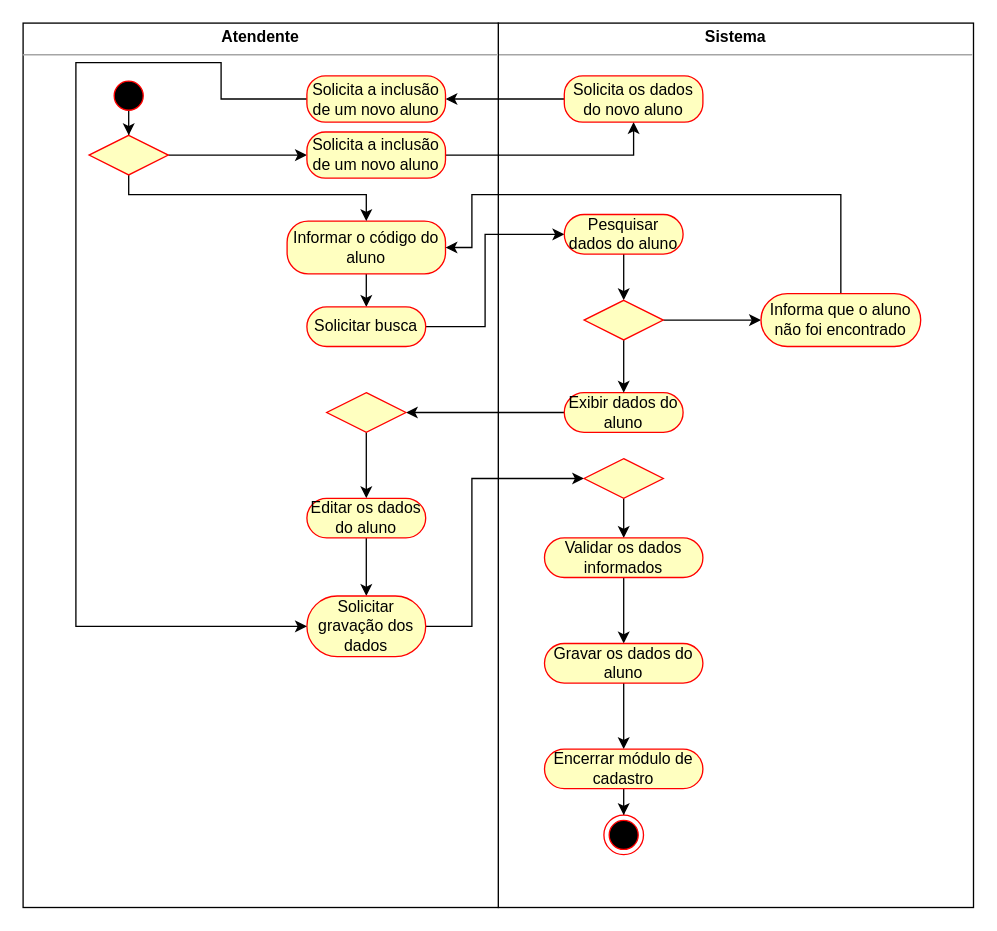
bruniculos08/AMS0001 keeps this draw.io diagram as Exercício 03 - Diagrama de Atividade.drawio. Above is the earlier version. Source tidied: cells renumbered, new cells numbered last; positions are measured from the earlier drawing's top-left corner, leaving out a move shared by most shapes. Both pictures are drawn from the tidied source at 132%, with x=0, y=0 at pixel (22, 22).
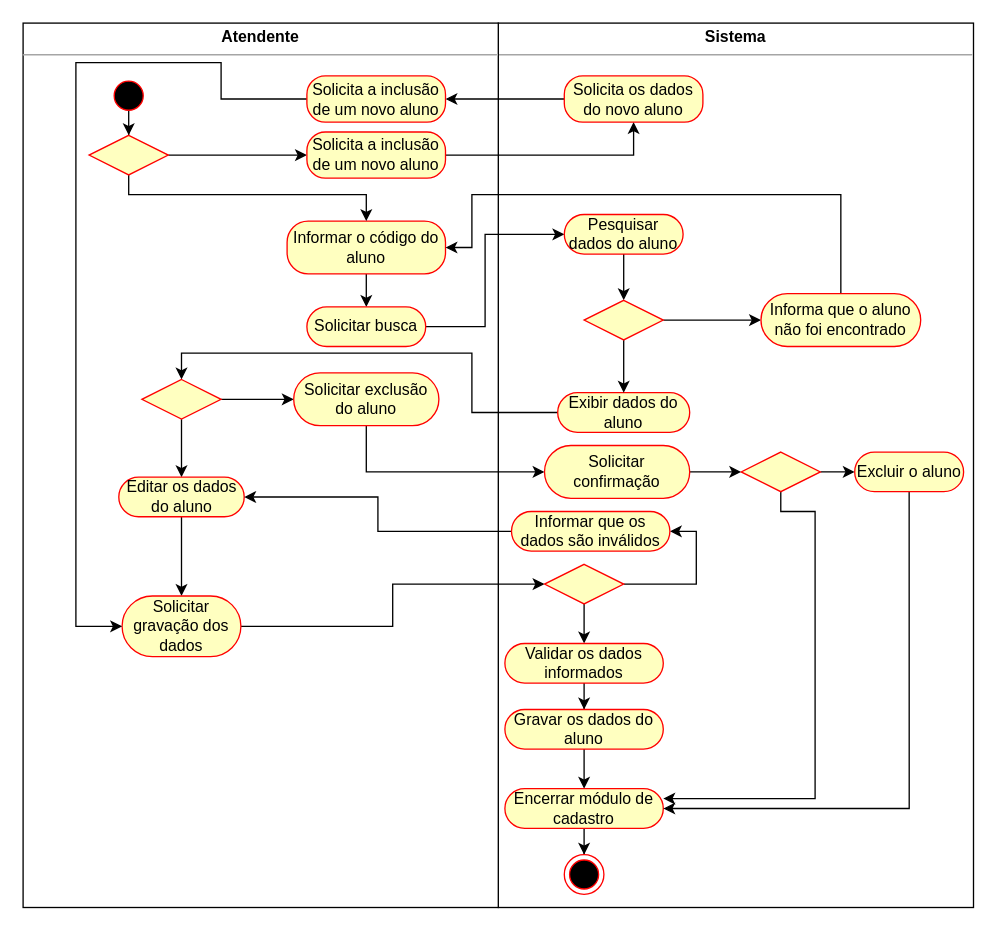
The same page after the edit.

Change to the diagram source:
```diff
@@
-    <mxCell id="12" style="edgeStyle=orthogonalEdgeStyle;rounded=0;jettySize=auto;html=1;exitX=0;exitY=0.5;exitDx=0;exitDy=0;entryX=1;entryY=0.5;entryDx=0;entryDy=0;" parent="1" edge="1" source="13" target="18">
-      <mxGeometry relative="1" as="geometry" />
+    <mxCell id="12" style="edgeStyle=orthogonalEdgeStyle;rounded=0;jettySize=auto;html=1;exitX=0;exitY=0.5;exitDx=0;exitDy=0;entryX=0.5;entryY=0;entryDx=0;entryDy=0;" parent="1" edge="1" source="13" target="18">
+      <mxGeometry relative="1" as="geometry">
+        <Array as="points">
+          <mxPoint x="340" y="295" />
+          <mxPoint x="340" y="250" />
+          <mxPoint x="120" y="250" />
+        </Array>
+      </mxGeometry>
     </mxCell>
     <mxCell id="13" value="Exibir dados do aluno" style="rounded=1;whiteSpace=wrap;html=1;arcSize=50;fontColor=#000000;fillColor=#ffffc0;strokeColor=#ff0000;" parent="1" vertex="1">
-      <mxGeometry x="410" y="280" width="90" height="30" as="geometry" />
+      <mxGeometry x="405" y="280" width="100" height="30" as="geometry" />
     </mxCell>
@@
+    <mxCell id="43" style="edgeStyle=orthogonalEdgeStyle;rounded=0;jettySize=auto;html=1;exitX=1;exitY=0.5;exitDx=0;exitDy=0;entryX=0;entryY=0.5;entryDx=0;entryDy=0;" parent="1" edge="1" source="18" target="46">
+      <mxGeometry relative="1" as="geometry" />
+    </mxCell>
     <mxCell id="18" style="rhombus;whiteSpace=wrap;html=1;fillColor=#ffffc0;strokeColor=#ff0000;" parent="1" vertex="1">
-      <mxGeometry x="230" y="280" width="60" height="30" as="geometry" />
+      <mxGeometry x="90" y="270" width="60" height="30" as="geometry" />
     </mxCell>
@@
     <mxCell id="20" value="Editar os dados do aluno" style="rounded=1;whiteSpace=wrap;html=1;arcSize=50;fontColor=#000000;fillColor=#ffffc0;strokeColor=#ff0000;" parent="1" vertex="1">
-      <mxGeometry x="215" y="360" width="90" height="30" as="geometry" />
+      <mxGeometry x="72.5" y="344" width="95" height="30" as="geometry" />
     </mxCell>
     <mxCell id="21" style="edgeStyle=orthogonalEdgeStyle;rounded=0;jettySize=auto;html=1;exitX=1;exitY=0.5;exitDx=0;exitDy=0;entryX=0;entryY=0.5;entryDx=0;entryDy=0;" parent="1" edge="1" source="22" target="24">
-      <mxGeometry relative="1" as="geometry">
-        <Array as="points">
-          <mxPoint x="340" y="457" />
-          <mxPoint x="340" y="345" />
-        </Array>
-      </mxGeometry>
+      <mxGeometry relative="1" as="geometry" />
     </mxCell>
     <mxCell id="22" value="Solicitar gravação dos dados" style="rounded=1;whiteSpace=wrap;html=1;arcSize=50;fontColor=#000000;fillColor=#ffffc0;strokeColor=#ff0000;" parent="1" vertex="1">
-      <mxGeometry x="215" y="434" width="90" height="46" as="geometry" />
+      <mxGeometry x="75" y="434" width="90" height="46" as="geometry" />
     </mxCell>
@@
+    <mxCell id="44" style="edgeStyle=orthogonalEdgeStyle;rounded=0;jettySize=auto;html=1;exitX=1;exitY=0.5;exitDx=0;exitDy=0;entryX=1;entryY=0.5;entryDx=0;entryDy=0;" parent="1" edge="1" source="24" target="55">
+      <mxGeometry relative="1" as="geometry" />
+    </mxCell>
     <mxCell id="24" style="rhombus;whiteSpace=wrap;html=1;fillColor=#ffffc0;strokeColor=#ff0000;" parent="1" vertex="1">
-      <mxGeometry x="425" y="330" width="60" height="30" as="geometry" />
+      <mxGeometry x="395" y="410" width="60" height="30" as="geometry" />
     </mxCell>
@@
     <mxCell id="26" value="Validar os dados informados" style="rounded=1;whiteSpace=wrap;html=1;arcSize=50;fontColor=#000000;fillColor=#ffffc0;strokeColor=#ff0000;" parent="1" vertex="1">
-      <mxGeometry x="395" y="390" width="120" height="30" as="geometry" />
+      <mxGeometry x="365" y="470" width="120" height="30" as="geometry" />
     </mxCell>
@@
     <mxCell id="28" value="Gravar os dados do aluno" style="rounded=1;whiteSpace=wrap;html=1;arcSize=50;fontColor=#000000;fillColor=#ffffc0;strokeColor=#ff0000;" parent="1" vertex="1">
-      <mxGeometry x="395" y="470" width="120" height="30" as="geometry" />
+      <mxGeometry x="365" y="520" width="120" height="30" as="geometry" />
     </mxCell>
@@
     <mxCell id="30" value="Encerrar módulo de cadastro" style="rounded=1;whiteSpace=wrap;html=1;arcSize=50;fontColor=#000000;fillColor=#ffffc0;strokeColor=#ff0000;" parent="1" vertex="1">
-      <mxGeometry x="395" y="550" width="120" height="30" as="geometry" />
+      <mxGeometry x="365" y="580" width="120" height="30" as="geometry" />
     </mxCell>
     <mxCell id="31" style="ellipse;html=1;shape=endState;fillColor=#000000;strokeColor=#ff0000;" parent="1" vertex="1">
-      <mxGeometry x="440" y="600" width="30" height="30" as="geometry" />
+      <mxGeometry x="410" y="630" width="30" height="30" as="geometry" />
     </mxCell>
@@
+    <mxCell id="45" style="edgeStyle=orthogonalEdgeStyle;rounded=0;jettySize=auto;html=1;exitX=0.5;exitY=1;exitDx=0;exitDy=0;entryX=0;entryY=0.5;entryDx=0;entryDy=0;" parent="1" edge="1" source="46" target="48">
+      <mxGeometry relative="1" as="geometry" />
+    </mxCell>
+    <mxCell id="46" value="Solicitar exclusão do aluno" style="rounded=1;whiteSpace=wrap;html=1;arcSize=50;fontColor=#000000;fillColor=#ffffc0;strokeColor=#ff0000;" parent="1" vertex="1">
+      <mxGeometry x="205" y="265" width="110" height="40" as="geometry" />
+    </mxCell>
+    <mxCell id="47" style="edgeStyle=orthogonalEdgeStyle;rounded=0;jettySize=auto;html=1;" parent="1" edge="1" source="48" target="51">
+      <mxGeometry relative="1" as="geometry" />
+    </mxCell>
+    <mxCell id="48" value="Solicitar confirmação" style="rounded=1;whiteSpace=wrap;html=1;arcSize=50;fontColor=#000000;fillColor=#ffffc0;strokeColor=#ff0000;" parent="1" vertex="1">
+      <mxGeometry x="395" y="320" width="110" height="40" as="geometry" />
+    </mxCell>
+    <mxCell id="49" style="edgeStyle=orthogonalEdgeStyle;rounded=0;jettySize=auto;html=1;" parent="1" edge="1" source="51" target="53">
+      <mxGeometry relative="1" as="geometry" />
+    </mxCell>
+    <mxCell id="50" style="edgeStyle=orthogonalEdgeStyle;rounded=0;jettySize=auto;html=1;exitX=0.5;exitY=1;exitDx=0;exitDy=0;entryX=1;entryY=0.25;entryDx=0;entryDy=0;" parent="1" edge="1" source="51" target="30">
+      <mxGeometry relative="1" as="geometry">
+        <Array as="points">
+          <mxPoint x="574" y="370" />
+          <mxPoint x="600" y="370" />
+          <mxPoint x="600" y="588" />
+        </Array>
+      </mxGeometry>
+    </mxCell>
+    <mxCell id="51" style="rhombus;whiteSpace=wrap;html=1;fillColor=#ffffc0;strokeColor=#ff0000;" parent="1" vertex="1">
+      <mxGeometry x="544" y="325" width="60" height="30" as="geometry" />
+    </mxCell>
+    <mxCell id="52" style="edgeStyle=orthogonalEdgeStyle;rounded=0;jettySize=auto;html=1;exitX=0.5;exitY=1;exitDx=0;exitDy=0;entryX=1;entryY=0.5;entryDx=0;entryDy=0;" parent="1" edge="1" source="53" target="30">
+      <mxGeometry relative="1" as="geometry" />
+    </mxCell>
+    <mxCell id="53" value="Excluir o aluno" style="rounded=1;whiteSpace=wrap;html=1;arcSize=50;fontColor=#000000;fillColor=#ffffc0;strokeColor=#ff0000;" parent="1" vertex="1">
+      <mxGeometry x="630" y="325" width="82.5" height="30" as="geometry" />
+    </mxCell>
+    <mxCell id="54" style="edgeStyle=orthogonalEdgeStyle;rounded=0;jettySize=auto;html=1;exitX=0;exitY=0.5;exitDx=0;exitDy=0;entryX=1;entryY=0.5;entryDx=0;entryDy=0;" parent="1" edge="1" source="55" target="20">
+      <mxGeometry relative="1" as="geometry" />
+    </mxCell>
+    <mxCell id="55" value="Informar que os dados são inválidos" style="rounded=1;whiteSpace=wrap;html=1;arcSize=50;fontColor=#000000;fillColor=#ffffc0;strokeColor=#ff0000;" parent="1" vertex="1">
+      <mxGeometry x="370" y="370" width="120" height="30" as="geometry" />
+    </mxCell>
```
